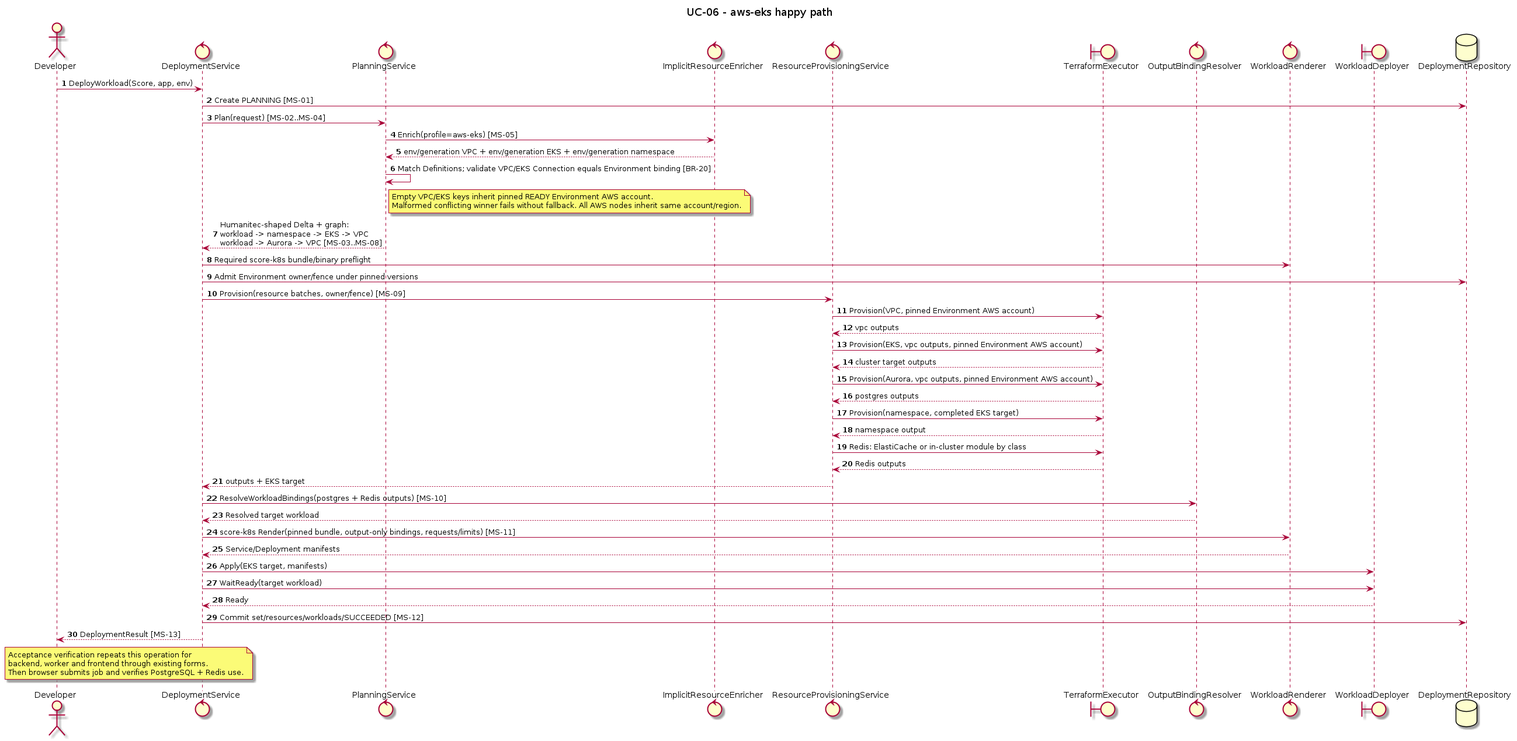
Earlier version of the PlantUML export orchestrator_docs/usecase/UC-06/sequence-cloud.png (pr3s3nt/poc). Its source is kept beside it as orchestrator_docs/usecase/UC-06/sequence-cloud.puml.
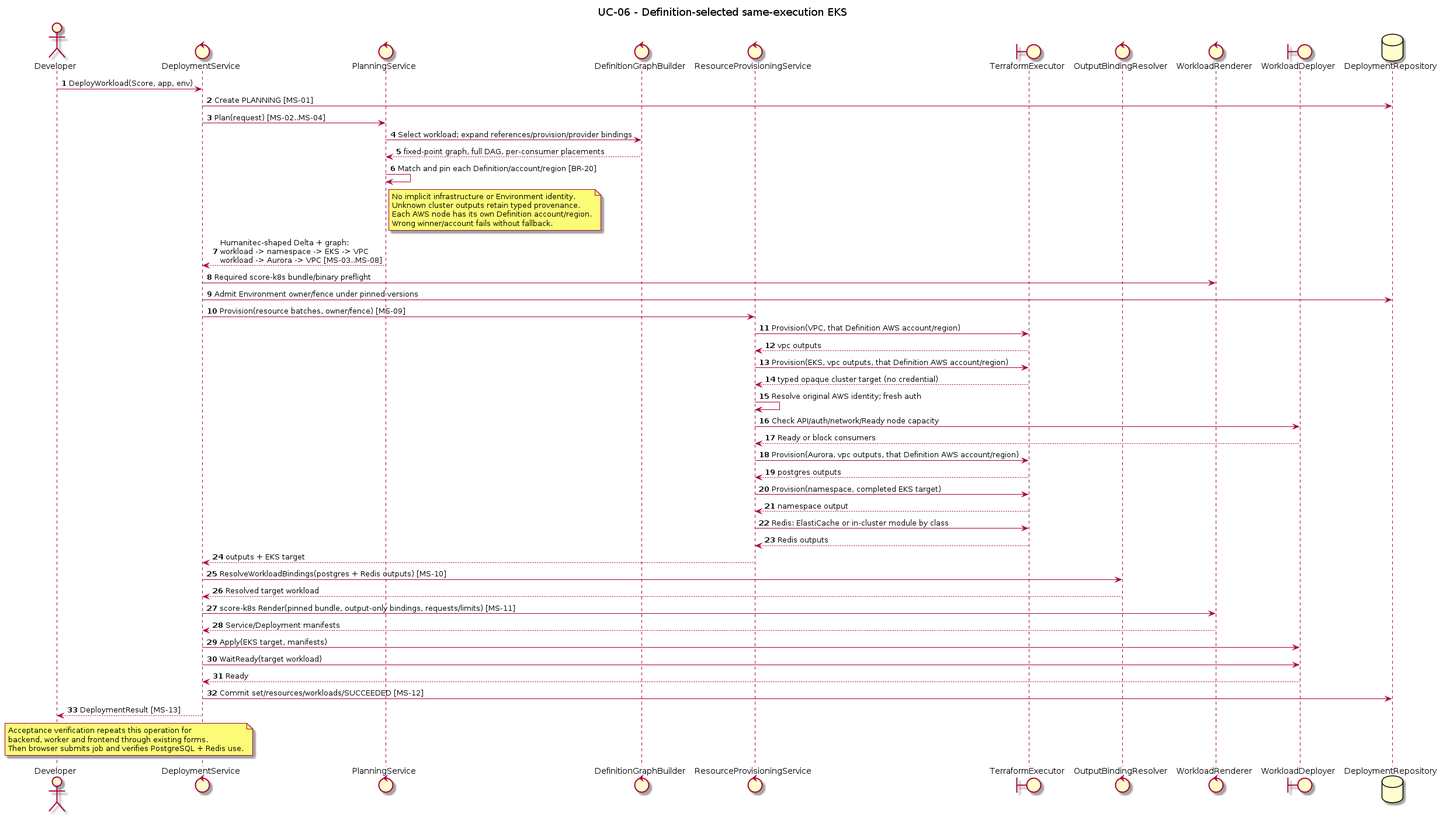
The same file after the commit.

Change to the diagram source:
```diff
@@ -1,10 +1,10 @@
 @startuml
-title UC-06 - aws-eks happy path
+title UC-06 - Definition-selected same-execution EKS
 autonumber
 actor Developer
 control DeploymentService as Service
 control PlanningService as Planner
-control ImplicitResourceEnricher as Enricher
+control DefinitionGraphBuilder as Graph
 control ResourceProvisioningService as Provisioner
 boundary TerraformExecutor as Terraform
 control OutputBindingResolver as Resolver
@@ -15,22 +15,27 @@
 Developer -> Service: DeployWorkload(Score, app, env)
 Service -> Repo: Create PLANNING [MS-01]
 Service -> Planner: Plan(request) [MS-02..MS-04]
-Planner -> Enricher: Enrich(profile=aws-eks) [MS-05]
-Enricher --> Planner: env/generation VPC + env/generation EKS + env/generation namespace
-Planner -> Planner: Match Definitions; validate VPC/EKS Connection equals Environment binding [BR-20]
+Planner -> Graph: Select workload; expand references/provision/provider bindings
+Graph --> Planner: fixed-point graph, full DAG, per-consumer placements
+Planner -> Planner: Match and pin each Definition/account/region [BR-20]
 note right of Planner
-Empty VPC/EKS keys inherit pinned READY Environment AWS account.
-Malformed conflicting winner fails without fallback. All AWS nodes inherit same account/region.
+No implicit infrastructure or Environment identity.
+Unknown cluster outputs retain typed provenance.
+Each AWS node has its own Definition account/region.
+Wrong winner/account fails without fallback.
 end note
 Planner --> Service: Humanitec-shaped Delta + graph:\nworkload -> namespace -> EKS -> VPC\nworkload -> Aurora -> VPC [MS-03..MS-08]
 Service -> Renderer: Required score-k8s bundle/binary preflight
 Service -> Repo: Admit Environment owner/fence under pinned versions
 Service -> Provisioner: Provision(resource batches, owner/fence) [MS-09]
-Provisioner -> Terraform: Provision(VPC, pinned Environment AWS account)
+Provisioner -> Terraform: Provision(VPC, that Definition AWS account/region)
 Terraform --> Provisioner: vpc outputs
-Provisioner -> Terraform: Provision(EKS, vpc outputs, pinned Environment AWS account)
-Terraform --> Provisioner: cluster target outputs
-Provisioner -> Terraform: Provision(Aurora, vpc outputs, pinned Environment AWS account)
+Provisioner -> Terraform: Provision(EKS, vpc outputs, that Definition AWS account/region)
+Terraform --> Provisioner: typed opaque cluster target (no credential)
+Provisioner -> Provisioner: Resolve original AWS identity; fresh auth
+Provisioner -> K8s: Check API/auth/network/Ready node capacity
+K8s --> Provisioner: Ready or block consumers
+Provisioner -> Terraform: Provision(Aurora, vpc outputs, that Definition AWS account/region)
 Terraform --> Provisioner: postgres outputs
 Provisioner -> Terraform: Provision(namespace, completed EKS target)
 Terraform --> Provisioner: namespace output
```
